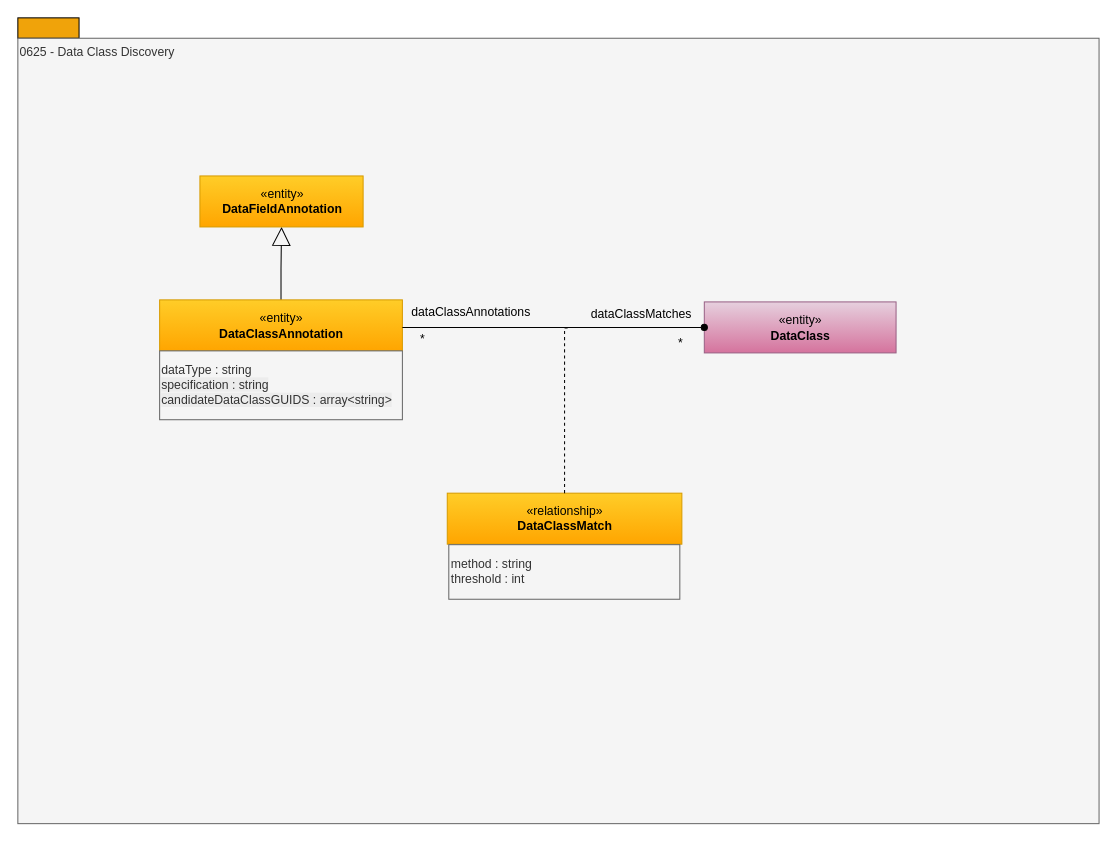
Before: page "0625-Data-Class-Discovery" (7 of 14) of site/docs/types/6/area-6-discovery.drawio in odpi/egeria-docs, a draw.io diagram. Source tidied: cells renumbered, new cells numbered last; positions are measured from the earlier drawing's top-left corner, leaving out a move shared by most shapes. Both pictures are drawn from the tidied source at 102%, with x=0, y=0 at pixel (17, 17).
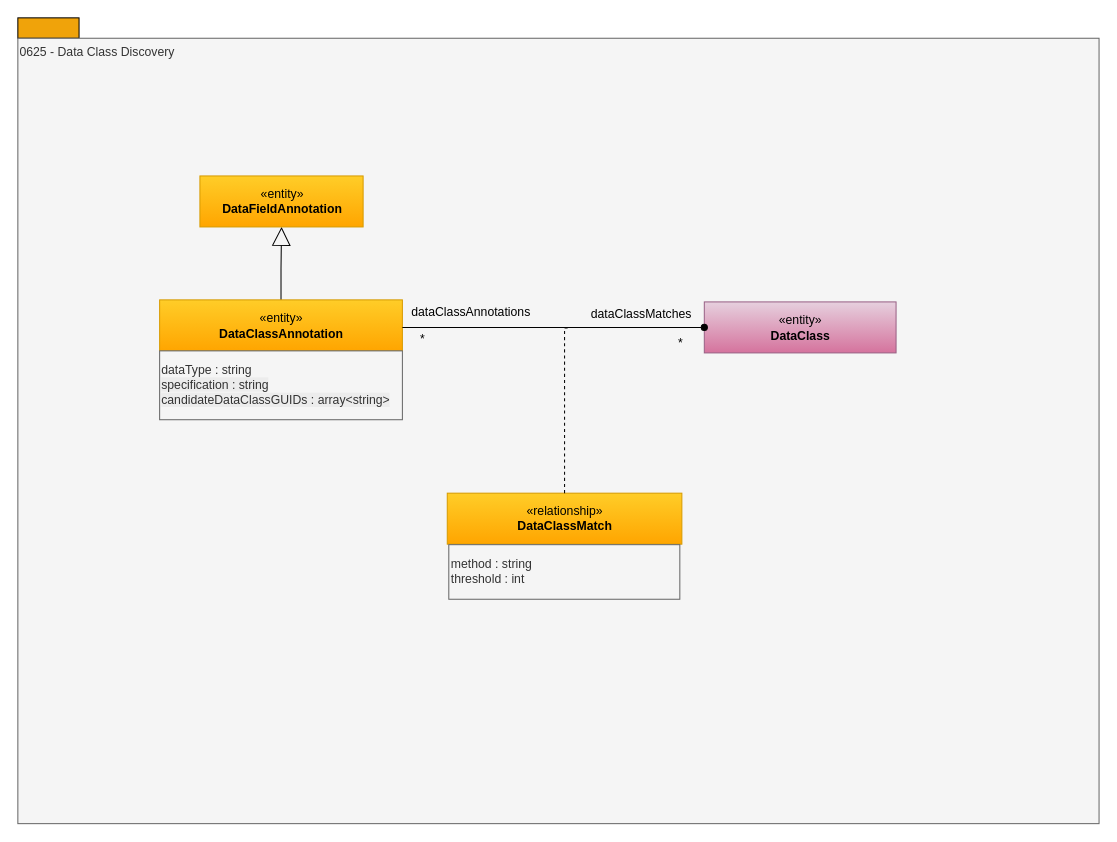
After the change.

Change to the diagram source:
```diff
@@
-    <mxCell id="6" value="&lt;span style=&quot;color: rgb(51, 51, 51); font-family: Helvetica; font-size: 12px; font-style: normal; font-variant-ligatures: normal; font-variant-caps: normal; font-weight: 400; letter-spacing: normal; orphans: 2; text-align: left; text-indent: 0px; text-transform: none; widows: 2; word-spacing: 0px; -webkit-text-stroke-width: 0px; white-space: normal; background-color: rgb(236, 236, 236); text-decoration-thickness: initial; text-decoration-style: initial; text-decoration-color: initial; display: inline !important; float: none;&quot;&gt;&lt;div&gt;dataType : string&lt;/div&gt;specification : string&lt;/span&gt;&lt;div&gt;&lt;span style=&quot;color: rgb(51, 51, 51); font-family: Helvetica; font-size: 12px; font-style: normal; font-variant-ligatures: normal; font-variant-caps: normal; font-weight: 400; letter-spacing: normal; orphans: 2; text-align: left; text-indent: 0px; text-transform: none; widows: 2; word-spacing: 0px; -webkit-text-stroke-width: 0px; white-space: normal; background-color: rgb(236, 236, 236); text-decoration-thickness: initial; text-decoration-style: initial; text-decoration-color: initial; display: inline !important; float: none;&quot;&gt;candidateDataClassGUIDS : array&amp;lt;string&amp;gt;&lt;/span&gt;&lt;/div&gt;" style="rounded=0;whiteSpace=wrap;html=1;strokeColor=#666666;align=left;fillColor=#f5f5f5;fontColor=#333333;" parent="1" vertex="1">
+    <mxCell id="6" value="&lt;span style=&quot;color: rgb(51, 51, 51); font-family: Helvetica; font-size: 12px; font-style: normal; font-variant-ligatures: normal; font-variant-caps: normal; font-weight: 400; letter-spacing: normal; orphans: 2; text-align: left; text-indent: 0px; text-transform: none; widows: 2; word-spacing: 0px; -webkit-text-stroke-width: 0px; white-space: normal; background-color: rgb(236, 236, 236); text-decoration-thickness: initial; text-decoration-style: initial; text-decoration-color: initial; display: inline !important; float: none;&quot;&gt;&lt;div&gt;dataType : string&lt;/div&gt;specification : string&lt;/span&gt;&lt;div&gt;&lt;span style=&quot;color: rgb(51, 51, 51); font-family: Helvetica; font-size: 12px; font-style: normal; font-variant-ligatures: normal; font-variant-caps: normal; font-weight: 400; letter-spacing: normal; orphans: 2; text-align: left; text-indent: 0px; text-transform: none; widows: 2; word-spacing: 0px; -webkit-text-stroke-width: 0px; white-space: normal; background-color: rgb(236, 236, 236); text-decoration-thickness: initial; text-decoration-style: initial; text-decoration-color: initial; display: inline !important; float: none;&quot;&gt;candidateDataClassGUIDs : array&amp;lt;string&amp;gt;&lt;/span&gt;&lt;/div&gt;" style="rounded=0;whiteSpace=wrap;html=1;strokeColor=#666666;align=left;fillColor=#f5f5f5;fontColor=#333333;" parent="1" vertex="1">
       <mxGeometry x="139" y="326.5" width="238" height="67.5" as="geometry" />
     </mxCell>
```
